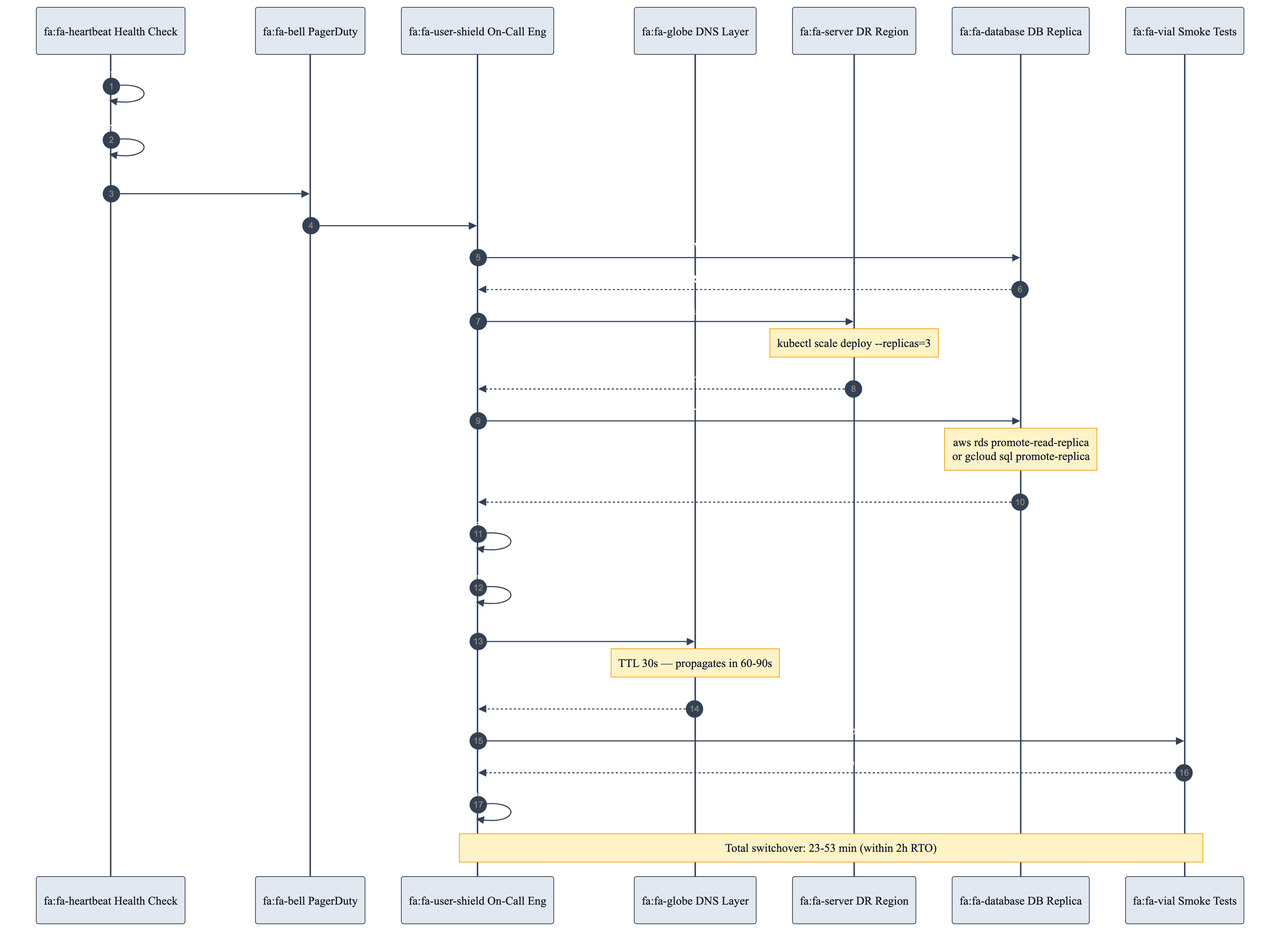
Before: docs/core/diagrams/failover-sequence.png, a diagram exported from Mermaid (lvonguyen/cloudforge). Its source is kept beside it as docs/core/diagrams/failover-sequence.mmd.
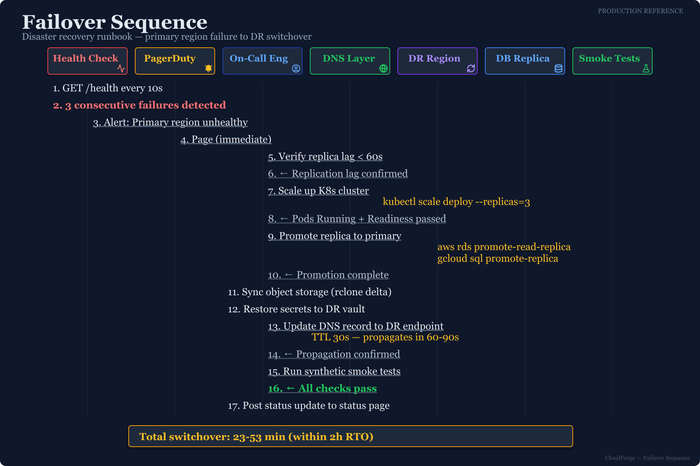
After the change.

Diff of the diagram source:
```diff
@@ -9,6 +9,8 @@
     participant DR as fa:fa-server DR Region
     participant DB as fa:fa-database DB Replica
     participant SM as fa:fa-vial Smoke Tests
+
+    Note over HC,SM: Reference runbook for self-managed multi-region deployment
 
     HC->>HC: GET /health every 10s
     HC->>HC: 3 consecutive failures detected
```
